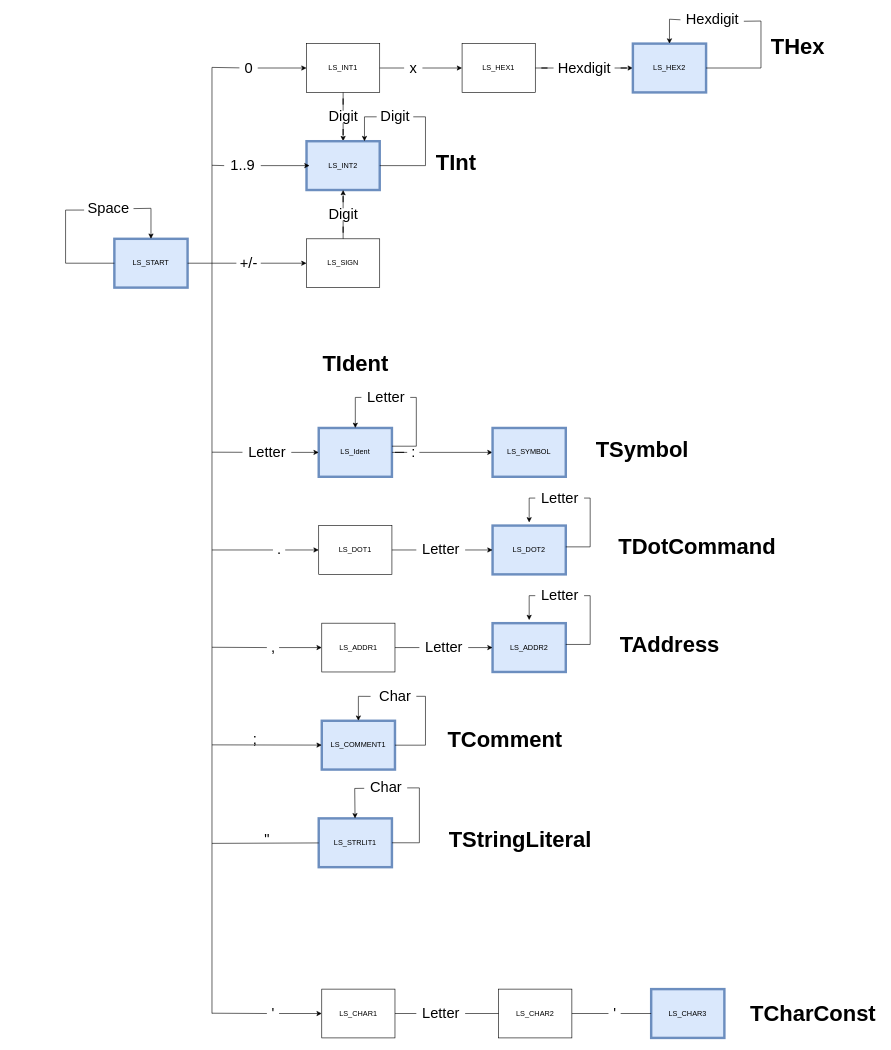
This is page "Tokenizer" (2 of 4) of docs/diagrams/Pep9Assembler.drawio from zackthomas1/Pep9Assembler, a draw.io file, before an edit. Source tidied: cells renumbered, new cells numbered last; positions are measured from the earlier drawing's top-left corner, leaving out a move shared by most shapes. Both pictures are drawn from the tidied source at 61%, with x=0, y=0 at pixel (65, 13).
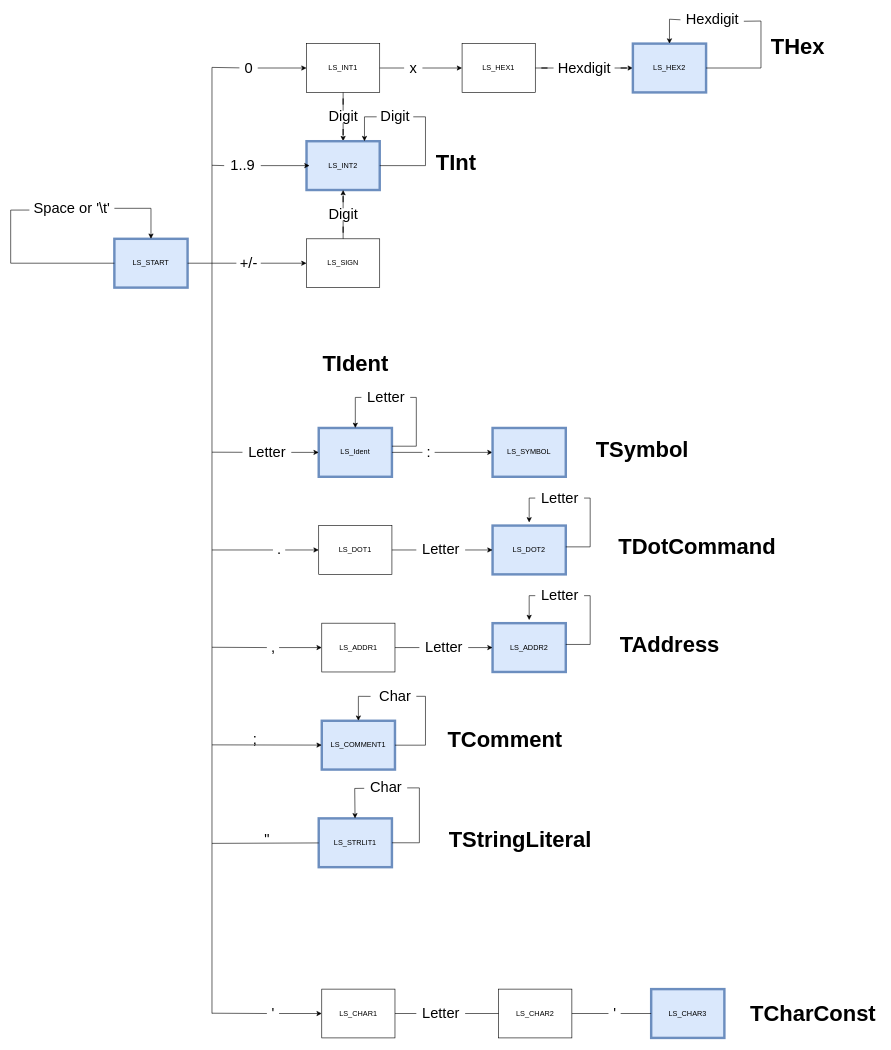
After the change.

Unchanged cells that the change refers to:
```xml
<mxCell id="2" value="LS_START" style="rounded=0;whiteSpace=wrap;html=1;strokeWidth=4;fillColor=#dae8fc;strokeColor=#6c8ebf;" parent="1" vertex="1">
  <mxGeometry x="80" y="370" width="120" height="80" as="geometry" />
</mxCell>
<mxCell id="10" value="LS_Ident" style="rounded=0;whiteSpace=wrap;html=1;strokeWidth=4;fillColor=#dae8fc;strokeColor=#6c8ebf;" parent="1" vertex="1">
  <mxGeometry x="415" y="680.1" width="120" height="80" as="geometry" />
</mxCell>
```

What changed in the source:
```diff
@@
     <mxCell id="39" value="&lt;font style=&quot;font-size: 24px&quot;&gt;:&lt;/font&gt;" style="text;html=1;align=center;verticalAlign=middle;points=[];fillColor=none;strokeColor=none;rounded=0;" parent="1" vertex="1">
-      <mxGeometry x="560" y="710.1" width="20" height="20" as="geometry" />
+      <mxGeometry x="585" y="710.1" width="20" height="20" as="geometry" />
     </mxCell>
-    <mxCell id="40" style="edgeStyle=orthogonalEdgeStyle;rounded=0;jettySize=auto;html=1;exitX=1;exitY=0.5;exitDx=0;exitDy=0;endArrow=none;" parent="1" edge="1" source="10" target="39">
-      <mxGeometry relative="1" as="geometry" />
-    </mxCell>
@@
-    <mxCell id="64" value="&lt;font style=&quot;font-size: 24px&quot;&gt;Space&lt;/font&gt;" style="text;html=1;align=center;verticalAlign=middle;points=[];fillColor=none;strokeColor=none;rounded=0;" parent="1" vertex="1">
-      <mxGeometry x="30" y="310" width="80" height="20" as="geometry" />
+    <mxCell id="64" value="&lt;font style=&quot;font-size: 24px&quot;&gt;Space or '\t'&lt;/font&gt;" style="text;html=1;align=center;verticalAlign=middle;points=[];fillColor=none;strokeColor=none;rounded=0;" parent="1" vertex="1">
+      <mxGeometry x="-60" y="310" width="140" height="20" as="geometry" />
     </mxCell>
     <mxCell id="65" style="edgeStyle=orthogonalEdgeStyle;rounded=0;jettySize=auto;html=1;exitX=0;exitY=0.5;exitDx=0;exitDy=0;entryX=0.005;entryY=0.643;entryDx=0;entryDy=0;endArrow=none;entryPerimeter=0;" parent="1" edge="1" source="2" target="64">
       <mxGeometry relative="1" as="geometry">
         <Array as="points">
-          <mxPoint y="410" />
-          <mxPoint y="323" />
+          <mxPoint x="-90" y="410" />
+          <mxPoint x="-90" y="323" />
         </Array>
       </mxGeometry>
     </mxCell>
-    <mxCell id="66" style="endArrow=classic;html=1;exitX=1.017;exitY=0.524;exitDx=0;exitDy=0;exitPerimeter=0;entryX=0.5;entryY=0;entryDx=0;entryDy=0;rounded=0;" parent="1" edge="1" source="64" target="2">
+    <mxCell id="66" style="endArrow=classic;html=1;entryX=0.5;entryY=0;entryDx=0;entryDy=0;rounded=0;" parent="1" edge="1" source="64" target="2">
       <mxGeometry relative="1" as="geometry">
         <Array as="points">
           <mxPoint x="140" y="320" />
         </Array>
       </mxGeometry>
     </mxCell>
@@
+    <mxCell id="40" style="endArrow=none;html=1;strokeColor=#000000;" parent="1" edge="1" source="10" target="39">
+      <mxGeometry relative="1" as="geometry" />
+    </mxCell>
```
